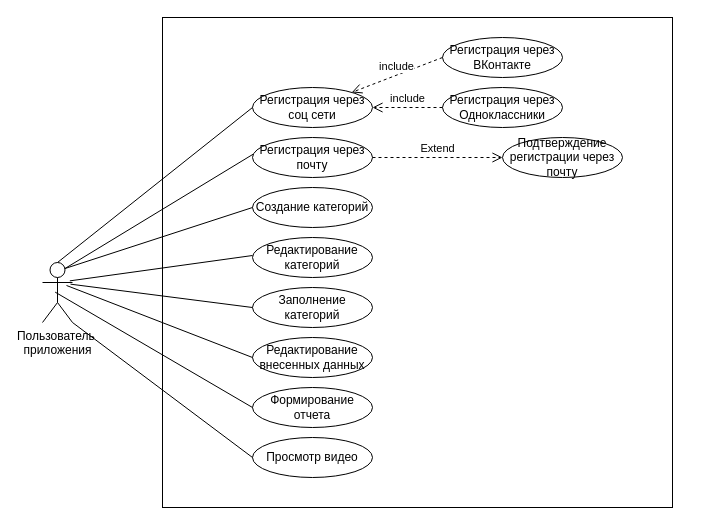
The draw.io diagram Диаграмма без названия.drawio in AleksandrKanin/netology-homework, before the edit. Source tidied: cells renumbered, new cells numbered last; positions are measured from the earlier drawing's top-left corner, leaving out a move shared by most shapes. Both pictures are drawn from the tidied source at 100%, with x=0, y=0 at pixel (42, 17).
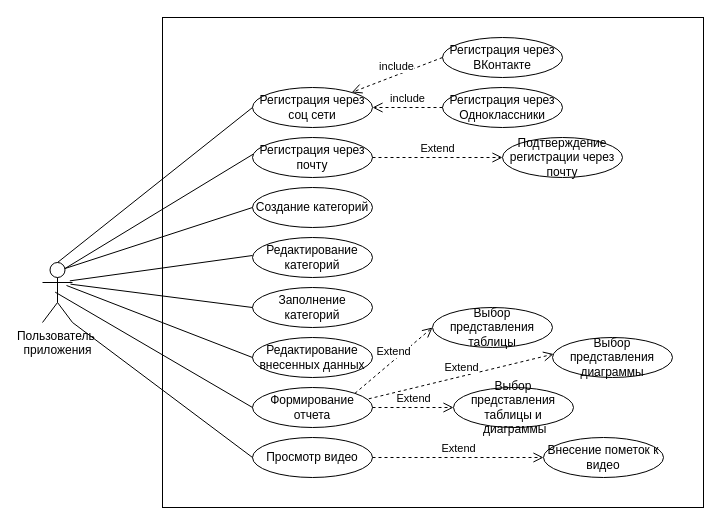
The same diagram, later.

Unchanged cells that the change refers to:
```xml
<mxCell id="10" value="Формирование отчета" style="ellipse;whiteSpace=wrap;html=1;" parent="1" vertex="1">
  <mxGeometry x="210" y="370" width="120" height="40" as="geometry" />
</mxCell>
<mxCell id="11" value="Просмотр видео" style="ellipse;whiteSpace=wrap;html=1;" parent="1" vertex="1">
  <mxGeometry x="210" y="420" width="120" height="40" as="geometry" />
</mxCell>
```

Change to the diagram source:
```diff
@@
     <mxCell id="2" style="rounded=0;whiteSpace=wrap;html=1;" parent="1" vertex="1">
-      <mxGeometry x="120" width="510" height="490" as="geometry" />
+      <mxGeometry x="120" width="541" height="490" as="geometry" />
     </mxCell>
@@
+    <mxCell id="26" value="Выбор представления таблицы" style="ellipse;whiteSpace=wrap;html=1;" parent="1" vertex="1">
+      <mxGeometry x="390" y="290" width="120" height="40" as="geometry" />
+    </mxCell>
+    <mxCell id="27" value="Выбор представления диаграммы" style="ellipse;whiteSpace=wrap;html=1;" parent="1" vertex="1">
+      <mxGeometry x="510" y="320" width="120" height="40" as="geometry" />
+    </mxCell>
+    <mxCell id="28" value="Выбор представления таблицы и &amp;nbsp;диаграммы" style="ellipse;whiteSpace=wrap;html=1;" parent="1" vertex="1">
+      <mxGeometry x="411" y="370" width="120" height="40" as="geometry" />
+    </mxCell>
+    <mxCell id="29" value="Extend" style="html=1;verticalAlign=bottom;endArrow=open;dashed=1;endSize=8;curved=0;rounded=0;exitX=1;exitY=0;exitDx=0;exitDy=0;entryX=0;entryY=0.5;entryDx=0;entryDy=0;" parent="1" edge="1" source="10" target="26">
+      <mxGeometry relative="1" as="geometry" />
+    </mxCell>
+    <mxCell id="30" value="Extend" style="html=1;verticalAlign=bottom;endArrow=open;dashed=1;endSize=8;curved=0;rounded=0;exitX=0.969;exitY=0.283;exitDx=0;exitDy=0;entryX=0.009;entryY=0.414;entryDx=0;entryDy=0;entryPerimeter=0;exitPerimeter=0;" parent="1" edge="1" source="10" target="27">
+      <mxGeometry relative="1" as="geometry" />
+    </mxCell>
+    <mxCell id="31" value="Extend" style="html=1;verticalAlign=bottom;endArrow=open;dashed=1;endSize=8;curved=0;rounded=0;exitX=1;exitY=0.5;exitDx=0;exitDy=0;entryX=0;entryY=0.5;entryDx=0;entryDy=0;" parent="1" edge="1" source="10" target="28">
+      <mxGeometry relative="1" as="geometry" />
+    </mxCell>
+    <mxCell id="32" value="Внесение пометок к видео" style="ellipse;whiteSpace=wrap;html=1;" parent="1" vertex="1">
+      <mxGeometry x="501" y="420" width="120" height="40" as="geometry" />
+    </mxCell>
+    <mxCell id="33" value="Extend" style="html=1;verticalAlign=bottom;endArrow=open;dashed=1;endSize=8;curved=0;rounded=0;exitX=1;exitY=0.5;exitDx=0;exitDy=0;entryX=0;entryY=0.5;entryDx=0;entryDy=0;" parent="1" edge="1" source="11" target="32">
+      <mxGeometry relative="1" as="geometry" />
+    </mxCell>
```
